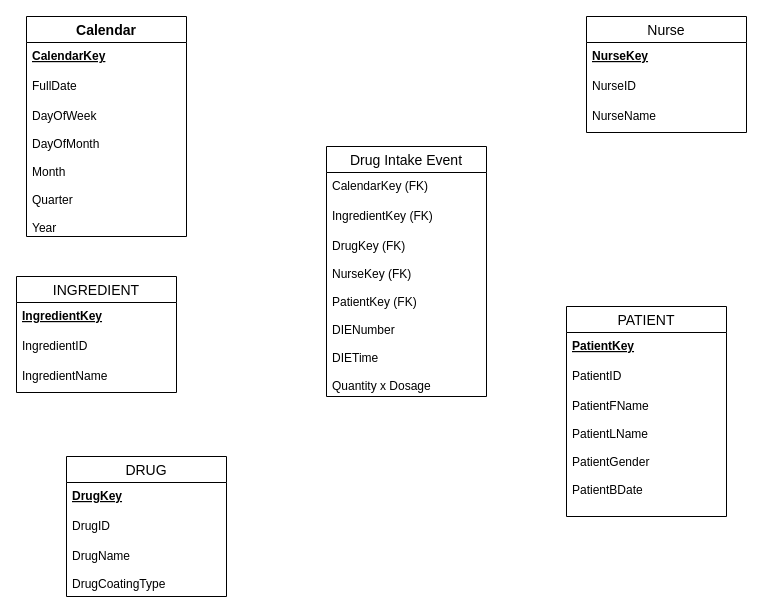
Above: Exercise_DWH.drawio in rama-krishna227/Data-Storage (draw.io), before the change. Source tidied: cells renumbered, new cells numbered last; positions are measured from the earlier drawing's top-left corner, leaving out a move shared by most shapes. Both pictures are drawn from the tidied source at 100%, with x=0, y=0 at pixel (16, 16).
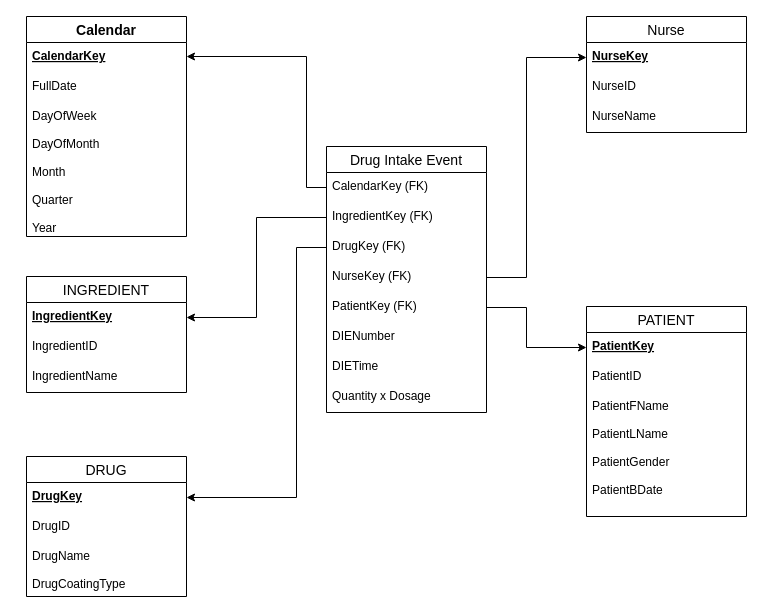
After the change.

The change refers to these unchanged cells:
```xml
<mxCell id="3" value="CalendarKey" style="text;strokeColor=none;fillColor=none;spacingLeft=4;spacingRight=4;overflow=hidden;points=[[0,0.5],[1,0.5]];portConstraint=eastwest;fontSize=12;fontStyle=5;" parent="2" vertex="1">
  <mxGeometry y="26" width="160" height="30" as="geometry" />
</mxCell>
<mxCell id="7" value="CalendarKey (FK)" style="text;strokeColor=none;fillColor=none;spacingLeft=4;spacingRight=4;overflow=hidden;points=[[0,0.5],[1,0.5]];portConstraint=eastwest;fontSize=12;" parent="6" vertex="1">
  <mxGeometry y="26" width="160" height="30" as="geometry" />
</mxCell>
<mxCell id="8" value="IngredientKey (FK)" style="text;strokeColor=none;fillColor=none;spacingLeft=4;spacingRight=4;overflow=hidden;points=[[0,0.5],[1,0.5]];portConstraint=eastwest;fontSize=12;" parent="6" vertex="1">
  <mxGeometry y="56" width="160" height="30" as="geometry" />
</mxCell>
<mxCell id="11" value="NurseKey" style="text;strokeColor=none;fillColor=none;spacingLeft=4;spacingRight=4;overflow=hidden;points=[[0,0.5],[1,0.5]];portConstraint=eastwest;fontSize=12;fontStyle=5;" parent="10" vertex="1">
  <mxGeometry y="26" width="160" height="30" as="geometry" />
</mxCell>
<mxCell id="15" value="IngredientKey" style="text;strokeColor=none;fillColor=none;spacingLeft=4;spacingRight=4;overflow=hidden;points=[[0,0.5],[1,0.5]];portConstraint=eastwest;fontSize=12;fontStyle=5;" parent="14" vertex="1">
  <mxGeometry y="26" width="160" height="30" as="geometry" />
</mxCell>
<mxCell id="19" value="DrugKey" style="text;strokeColor=none;fillColor=none;spacingLeft=4;spacingRight=4;overflow=hidden;points=[[0,0.5],[1,0.5]];portConstraint=eastwest;fontSize=12;fontStyle=5;" parent="18" vertex="1">
  <mxGeometry y="26" width="160" height="30" as="geometry" />
</mxCell>
<mxCell id="23" value="PatientKey" style="text;strokeColor=none;fillColor=none;spacingLeft=4;spacingRight=4;overflow=hidden;points=[[0,0.5],[1,0.5]];portConstraint=eastwest;fontSize=12;fontStyle=5;" parent="22" vertex="1">
  <mxGeometry y="26" width="160" height="30" as="geometry" />
</mxCell>
```

Change to the diagram source:
```diff
@@
     <mxCell id="6" value="Drug Intake Event" style="swimlane;fontStyle=0;horizontal=1;startSize=26;align=center;fontSize=14;" parent="1" vertex="1">
-      <mxGeometry x="310" y="130" width="160" height="250" as="geometry" />
+      <mxGeometry x="310" y="130" width="160" height="266" as="geometry" />
     </mxCell>
@@
-    <mxCell id="9" value="DrugKey (FK)&#10;&#10;NurseKey (FK)&#10;&#10;PatientKey (FK)&#10;&#10;DIENumber&#10;&#10;DIETime&#10;&#10;Quantity x Dosage" style="text;strokeColor=none;fillColor=none;spacingLeft=4;spacingRight=4;overflow=hidden;fontSize=12;" parent="6" vertex="1">
-      <mxGeometry y="86" width="160" height="164" as="geometry" />
-    </mxCell>
+    <mxCell id="26" value="DrugKey (FK)" style="text;strokeColor=none;fillColor=none;spacingLeft=4;spacingRight=4;overflow=hidden;points=[[0,0.5],[1,0.5]];portConstraint=eastwest;fontSize=12;" parent="6" vertex="1">
+      <mxGeometry y="86" width="160" height="30" as="geometry" />
+    </mxCell>
+    <mxCell id="27" value="NurseKey (FK)" style="text;strokeColor=none;fillColor=none;spacingLeft=4;spacingRight=4;overflow=hidden;points=[[0,0.5],[1,0.5]];portConstraint=eastwest;fontSize=12;" parent="6" vertex="1">
+      <mxGeometry y="116" width="160" height="30" as="geometry" />
+    </mxCell>
+    <mxCell id="28" value="PatientKey (FK)" style="text;strokeColor=none;fillColor=none;spacingLeft=4;spacingRight=4;overflow=hidden;points=[[0,0.5],[1,0.5]];portConstraint=eastwest;fontSize=12;" parent="6" vertex="1">
+      <mxGeometry y="146" width="160" height="30" as="geometry" />
+    </mxCell>
+    <mxCell id="29" value="DIENumber" style="text;strokeColor=none;fillColor=none;spacingLeft=4;spacingRight=4;overflow=hidden;fontSize=12;" parent="6" vertex="1">
+      <mxGeometry y="176" width="160" height="30" as="geometry" />
+    </mxCell>
+    <mxCell id="30" value="DIETime" style="text;strokeColor=none;fillColor=none;spacingLeft=4;spacingRight=4;overflow=hidden;fontSize=12;" parent="6" vertex="1">
+      <mxGeometry y="206" width="160" height="30" as="geometry" />
+    </mxCell>
+    <mxCell id="31" value="Quantity x Dosage" style="text;strokeColor=none;fillColor=none;spacingLeft=4;spacingRight=4;overflow=hidden;fontSize=12;" parent="6" vertex="1">
+      <mxGeometry y="236" width="160" height="30" as="geometry" />
+    </mxCell>
@@
     <mxCell id="14" value="INGREDIENT" style="swimlane;fontStyle=0;horizontal=1;startSize=26;align=center;fontSize=14;" parent="1" vertex="1">
-      <mxGeometry y="260" width="160" height="116" as="geometry" />
+      <mxGeometry x="10" y="260" width="160" height="116" as="geometry" />
     </mxCell>
@@
     <mxCell id="18" value="DRUG" style="swimlane;fontStyle=0;horizontal=1;startSize=26;align=center;fontSize=14;" parent="1" vertex="1">
-      <mxGeometry x="50" y="440" width="160" height="140" as="geometry" />
+      <mxGeometry x="10" y="440" width="160" height="140" as="geometry" />
     </mxCell>
@@
     <mxCell id="22" value="PATIENT" style="swimlane;fontStyle=0;horizontal=1;startSize=26;align=center;fontSize=14;" parent="1" vertex="1">
-      <mxGeometry x="550" y="290" width="160" height="210" as="geometry" />
+      <mxGeometry x="570" y="290" width="160" height="210" as="geometry" />
     </mxCell>
@@
+    <mxCell id="32" style="edgeStyle=orthogonalEdgeStyle;rounded=0;jettySize=auto;html=1;" parent="1" edge="1" source="7" target="3">
+      <mxGeometry relative="1" as="geometry">
+        <Array as="points">
+          <mxPoint x="290" y="171" />
+          <mxPoint x="290" y="40" />
+        </Array>
+      </mxGeometry>
+    </mxCell>
+    <mxCell id="33" style="edgeStyle=orthogonalEdgeStyle;rounded=0;jettySize=auto;html=1;entryX=1;entryY=0.5;entryDx=0;entryDy=0;" parent="1" edge="1" source="8" target="15">
+      <mxGeometry relative="1" as="geometry">
+        <Array as="points">
+          <mxPoint x="240" y="201" />
+          <mxPoint x="240" y="301" />
+        </Array>
+      </mxGeometry>
+    </mxCell>
+    <mxCell id="34" style="edgeStyle=orthogonalEdgeStyle;rounded=0;jettySize=auto;html=1;entryX=1;entryY=0.5;entryDx=0;entryDy=0;" parent="1" edge="1" source="26" target="19">
+      <mxGeometry relative="1" as="geometry">
+        <Array as="points">
+          <mxPoint x="280" y="231" />
+          <mxPoint x="280" y="481" />
+        </Array>
+      </mxGeometry>
+    </mxCell>
+    <mxCell id="35" style="edgeStyle=orthogonalEdgeStyle;rounded=0;jettySize=auto;html=1;entryX=0;entryY=0.5;entryDx=0;entryDy=0;" parent="1" edge="1" source="27" target="11">
+      <mxGeometry relative="1" as="geometry">
+        <Array as="points">
+          <mxPoint x="510" y="261" />
+          <mxPoint x="510" y="41" />
+        </Array>
+      </mxGeometry>
+    </mxCell>
+    <mxCell id="36" style="edgeStyle=orthogonalEdgeStyle;rounded=0;jettySize=auto;html=1;entryX=0;entryY=0.5;entryDx=0;entryDy=0;" parent="1" edge="1" source="28" target="23">
+      <mxGeometry relative="1" as="geometry">
+        <Array as="points">
+          <mxPoint x="510" y="291" />
+          <mxPoint x="510" y="331" />
+        </Array>
+      </mxGeometry>
+    </mxCell>
```
